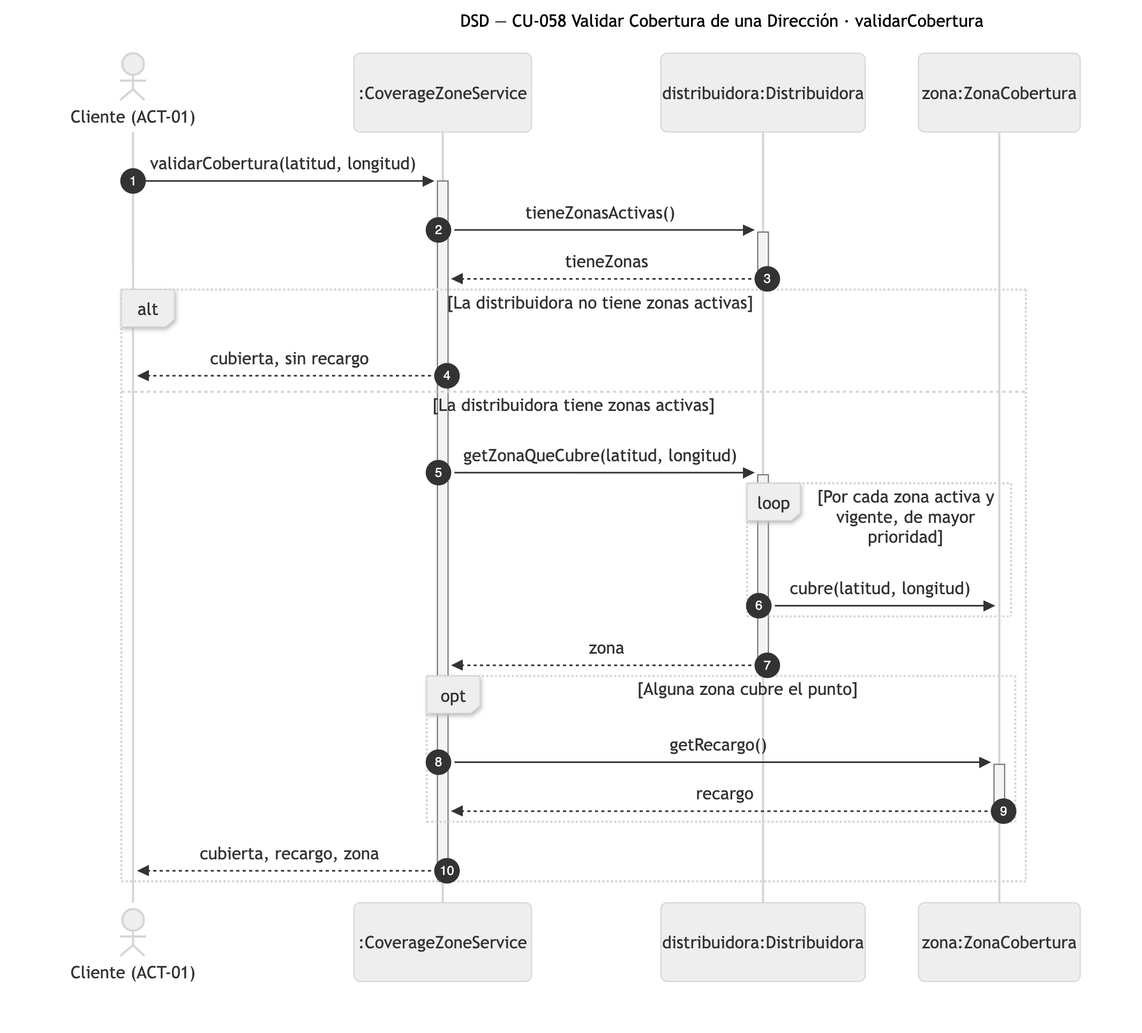
Earlier version of the Mermaid export diagramas/png/DSD_CU-058_validarCobertura.png (Nahuelito-Dev/splg-docs). Its source is kept beside it as diagramas/DSD_CU-058_validarCobertura.mmd.
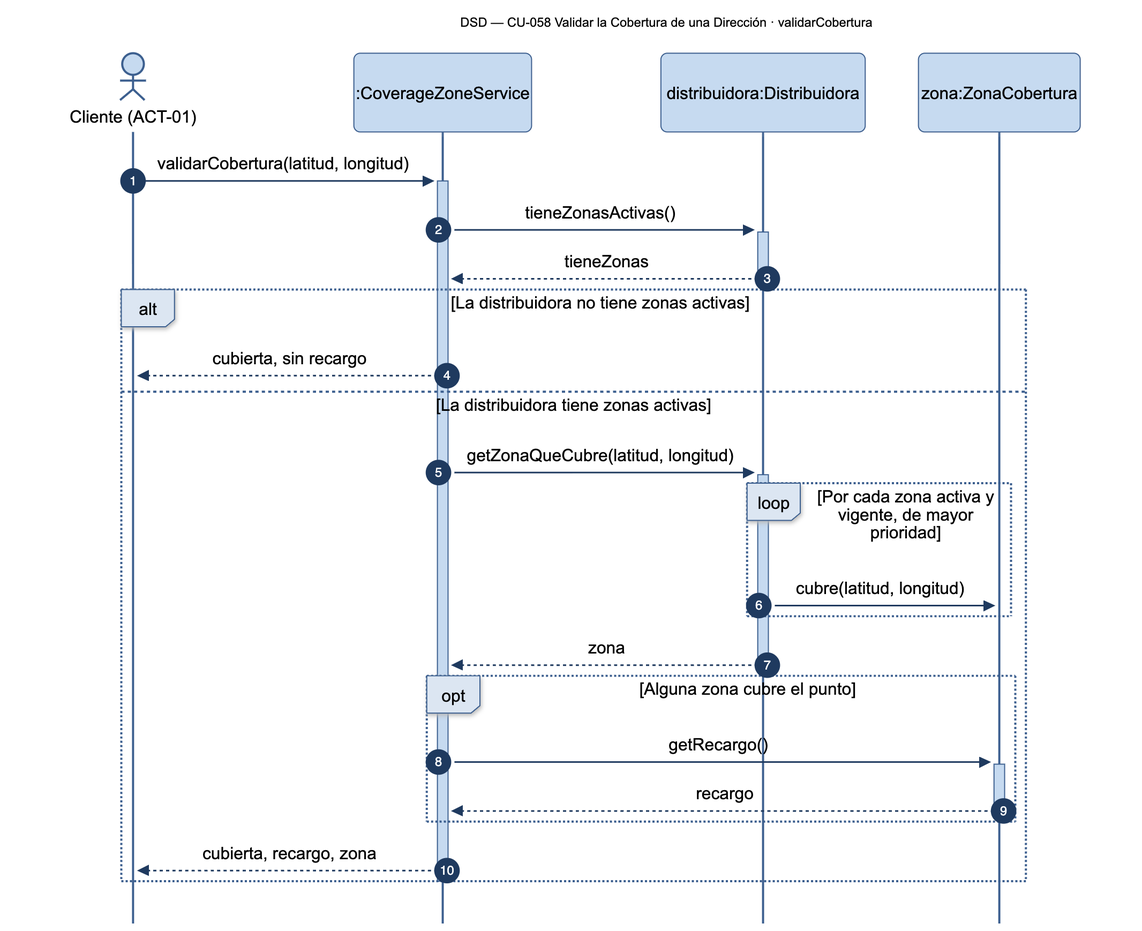
The same diagram one commit later.

The edit, as a diff of the source:
```diff
@@ -1,5 +1,5 @@
 sequenceDiagram
-    title DSD — CU-058 Validar Cobertura de una Dirección · validarCobertura
+    title DSD — CU-058 Validar la Cobertura de una Dirección · validarCobertura
     autonumber
     actor CLI as Cliente (ACT-01)
     participant SRV as :CoverageZoneService
```
